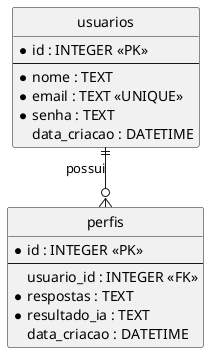
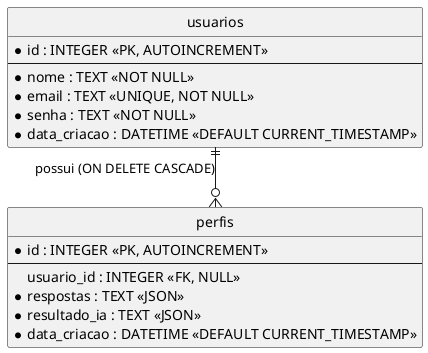
@startuml DER_FuturoZ_Atual

' Estilização
hide circle
skinparam linetype ortho
skinparam EntityBackgroundColor #F9F9F9
skinparam EntityBorderColor #333333

' Entidade Usuarios
entity "usuarios" as usuarios {
-   * id : INTEGER <<PK>>
+   * id : INTEGER <<PK, AUTOINCREMENT>>
  --
-   * nome : TEXT
-   * email : TEXT <<UNIQUE>>
-   * senha : TEXT
-   data_criacao : DATETIME
+   * nome : TEXT <<NOT NULL>>
+   * email : TEXT <<UNIQUE, NOT NULL>>
+   * senha : TEXT <<NOT NULL>>
+   * data_criacao : DATETIME <<DEFAULT CURRENT_TIMESTAMP>>
}

' Entidade Perfis
entity "perfis" as perfis {
-   * id : INTEGER <<PK>>
+   * id : INTEGER <<PK, AUTOINCREMENT>>
  --
-   usuario_id : INTEGER <<FK>>
-   * respostas : TEXT
-   * resultado_ia : TEXT
-   data_criacao : DATETIME
+   usuario_id : INTEGER <<FK, NULL>>
+   * respostas : TEXT <<JSON>>
+   * resultado_ia : TEXT <<JSON>>
+   * data_criacao : DATETIME <<DEFAULT CURRENT_TIMESTAMP>>
}

' Relacionamentos
- usuarios ||--o{ perfis : "possui"
+ usuarios ||--o{ perfis : "possui (ON DELETE CASCADE)"

@enduml
